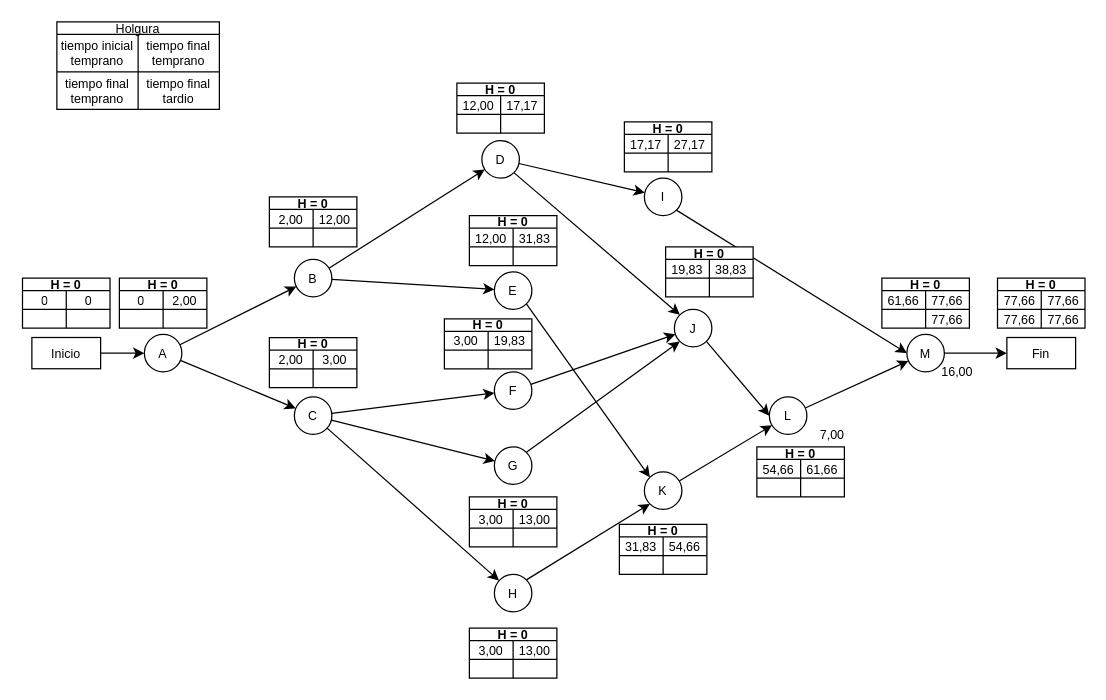
This is Untitled Diagram.drawio from DemianPugliese/DemianPugliese, a draw.io file, before an edit. Source tidied: cells renumbered, new cells numbered last; positions are measured from the earlier drawing's top-left corner, leaving out a move shared by most shapes. Both pictures are drawn from the tidied source at 125%, with x=0, y=0 at pixel (21, 21).
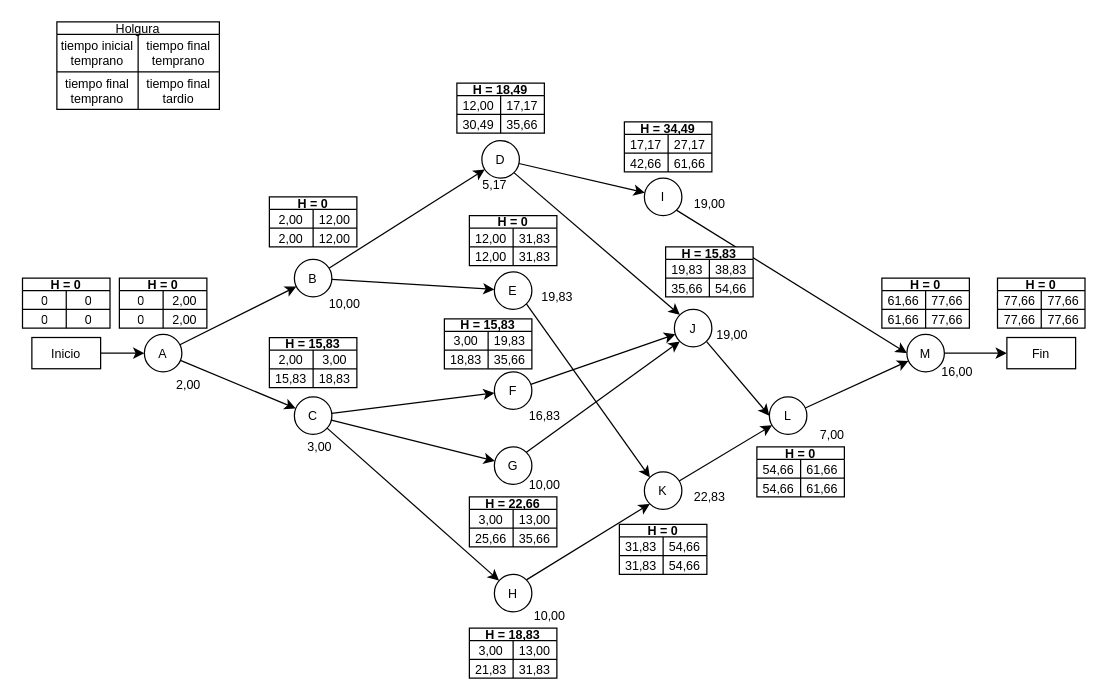
After the change.

Unchanged cells that the change refers to:
```xml
<mxCell id="37" style="shape=tableRow;horizontal=0;startSize=0;swimlaneHead=0;swimlaneBody=0;top=0;left=0;bottom=0;right=0;fillColor=none;fontSize=10;" parent="33" vertex="1">
  <mxGeometry y="25" width="70" height="15" as="geometry" />
</mxCell>
<mxCell id="44" style="shape=tableRow;horizontal=0;startSize=0;swimlaneHead=0;swimlaneBody=0;top=0;left=0;bottom=0;right=0;fillColor=none;fontSize=10;" parent="40" vertex="1">
  <mxGeometry y="25" width="70" height="15" as="geometry" />
</mxCell>
<mxCell id="51" style="shape=tableRow;horizontal=0;startSize=0;swimlaneHead=0;swimlaneBody=0;top=0;left=0;bottom=0;right=0;fillColor=none;fontSize=10;" parent="47" vertex="1">
  <mxGeometry y="25" width="70" height="15" as="geometry" />
</mxCell>
<mxCell id="58" style="shape=tableRow;horizontal=0;startSize=0;swimlaneHead=0;swimlaneBody=0;top=0;left=0;bottom=0;right=0;fillColor=none;fontSize=10;" parent="54" vertex="1">
  <mxGeometry y="25" width="70" height="15" as="geometry" />
</mxCell>
<mxCell id="65" style="shape=tableRow;horizontal=0;startSize=0;swimlaneHead=0;swimlaneBody=0;top=0;left=0;bottom=0;right=0;fillColor=none;fontSize=10;" parent="61" vertex="1">
  <mxGeometry y="25" width="70" height="15" as="geometry" />
</mxCell>
<mxCell id="72" style="shape=tableRow;horizontal=0;startSize=0;swimlaneHead=0;swimlaneBody=0;top=0;left=0;bottom=0;right=0;fillColor=none;fontSize=10;" parent="68" vertex="1">
  <mxGeometry y="25" width="70" height="15" as="geometry" />
</mxCell>
<mxCell id="79" style="shape=tableRow;horizontal=0;startSize=0;swimlaneHead=0;swimlaneBody=0;top=0;left=0;bottom=0;right=0;fillColor=none;fontSize=10;" parent="75" vertex="1">
  <mxGeometry y="25" width="70" height="15" as="geometry" />
</mxCell>
<mxCell id="86" style="shape=tableRow;horizontal=0;startSize=0;swimlaneHead=0;swimlaneBody=0;top=0;left=0;bottom=0;right=0;fillColor=none;fontSize=10;" parent="82" vertex="1">
  <mxGeometry y="25" width="70" height="15" as="geometry" />
</mxCell>
<mxCell id="93" style="shape=tableRow;horizontal=0;startSize=0;swimlaneHead=0;swimlaneBody=0;top=0;left=0;bottom=0;right=0;fillColor=none;fontSize=10;" parent="89" vertex="1">
  <mxGeometry y="25" width="70" height="15" as="geometry" />
</mxCell>
<mxCell id="100" style="shape=tableRow;horizontal=0;startSize=0;swimlaneHead=0;swimlaneBody=0;top=0;left=0;bottom=0;right=0;fillColor=none;fontSize=10;" parent="96" vertex="1">
  <mxGeometry y="25" width="70" height="15" as="geometry" />
</mxCell>
<mxCell id="107" style="shape=tableRow;horizontal=0;startSize=0;swimlaneHead=0;swimlaneBody=0;top=0;left=0;bottom=0;right=0;fillColor=none;fontSize=10;" parent="103" vertex="1">
  <mxGeometry y="25" width="70" height="15" as="geometry" />
</mxCell>
<mxCell id="114" style="shape=tableRow;horizontal=0;startSize=0;swimlaneHead=0;swimlaneBody=0;top=0;left=0;bottom=0;right=0;fillColor=none;fontSize=10;" parent="110" vertex="1">
  <mxGeometry y="25" width="70" height="15" as="geometry" />
</mxCell>
<mxCell id="121" style="shape=tableRow;horizontal=0;startSize=0;swimlaneHead=0;swimlaneBody=0;top=0;left=0;bottom=0;right=0;fillColor=none;fontSize=10;" parent="117" vertex="1">
  <mxGeometry y="25" width="70" height="15" as="geometry" />
</mxCell>
<mxCell id="130" style="shape=tableRow;horizontal=0;startSize=0;swimlaneHead=0;swimlaneBody=0;top=0;left=0;bottom=0;right=0;fillColor=none;fontSize=10;" parent="126" vertex="1">
  <mxGeometry y="25" width="70" height="15" as="geometry" />
</mxCell>
```

Change to the diagram source:
```diff
@@
-    <mxCell id="38" style="shape=partialRectangle;html=1;whiteSpace=wrap;fillColor=none;top=0;left=0;bottom=0;right=0;overflow=hidden;fontSize=10;" parent="37" vertex="1">
+    <mxCell id="38" value="0" style="shape=partialRectangle;html=1;whiteSpace=wrap;fillColor=none;top=0;left=0;bottom=0;right=0;overflow=hidden;fontSize=10;" parent="37" vertex="1">
       <mxGeometry width="35" height="15" as="geometry" />
     </mxCell>
-    <mxCell id="39" style="shape=partialRectangle;html=1;whiteSpace=wrap;fillColor=none;top=0;left=0;bottom=0;right=0;overflow=hidden;fontSize=10;" parent="37" vertex="1">
+    <mxCell id="39" value="0" style="shape=partialRectangle;html=1;whiteSpace=wrap;fillColor=none;top=0;left=0;bottom=0;right=0;overflow=hidden;fontSize=10;" parent="37" vertex="1">
       <mxGeometry x="35" width="35" height="15" as="geometry" />
     </mxCell>
@@
-    <mxCell id="45" style="shape=partialRectangle;html=1;whiteSpace=wrap;fillColor=none;top=0;left=0;bottom=0;right=0;overflow=hidden;fontSize=10;" parent="44" vertex="1">
+    <mxCell id="45" value="2,00" style="shape=partialRectangle;html=1;whiteSpace=wrap;fillColor=none;top=0;left=0;bottom=0;right=0;overflow=hidden;fontSize=10;" parent="44" vertex="1">
       <mxGeometry width="35" height="15" as="geometry" />
     </mxCell>
-    <mxCell id="46" style="shape=partialRectangle;html=1;whiteSpace=wrap;fillColor=none;top=0;left=0;bottom=0;right=0;overflow=hidden;fontSize=10;" parent="44" vertex="1">
+    <mxCell id="46" value="12,00" style="shape=partialRectangle;html=1;whiteSpace=wrap;fillColor=none;top=0;left=0;bottom=0;right=0;overflow=hidden;fontSize=10;" parent="44" vertex="1">
       <mxGeometry x="35" width="35" height="15" as="geometry" />
     </mxCell>
-    <mxCell id="47" value="H = 0" style="shape=table;startSize=10;childLayout=tableLayout;fontStyle=1;align=center;fontSize=10;" parent="1" vertex="1">
+    <mxCell id="47" value="H = 15,83" style="shape=table;startSize=10;childLayout=tableLayout;fontStyle=1;align=center;fontSize=10;" parent="1" vertex="1">
       <mxGeometry x="198" y="252.5" width="70" height="40" as="geometry" />
     </mxCell>
@@
-    <mxCell id="52" style="shape=partialRectangle;html=1;whiteSpace=wrap;fillColor=none;top=0;left=0;bottom=0;right=0;overflow=hidden;fontSize=10;" parent="51" vertex="1">
+    <mxCell id="52" value="15,83" style="shape=partialRectangle;html=1;whiteSpace=wrap;fillColor=none;top=0;left=0;bottom=0;right=0;overflow=hidden;fontSize=10;" parent="51" vertex="1">
       <mxGeometry width="35" height="15" as="geometry" />
     </mxCell>
-    <mxCell id="53" style="shape=partialRectangle;html=1;whiteSpace=wrap;fillColor=none;top=0;left=0;bottom=0;right=0;overflow=hidden;fontSize=10;" parent="51" vertex="1">
+    <mxCell id="53" value="18,83" style="shape=partialRectangle;html=1;whiteSpace=wrap;fillColor=none;top=0;left=0;bottom=0;right=0;overflow=hidden;fontSize=10;" parent="51" vertex="1">
       <mxGeometry x="35" width="35" height="15" as="geometry" />
     </mxCell>
-    <mxCell id="54" value="H = 0" style="shape=table;startSize=10;childLayout=tableLayout;fontStyle=1;align=center;fontSize=10;" parent="1" vertex="1">
+    <mxCell id="54" value="H = 18,83" style="shape=table;startSize=10;childLayout=tableLayout;fontStyle=1;align=center;fontSize=10;" parent="1" vertex="1">
       <mxGeometry x="358" y="485" width="70" height="40" as="geometry" />
     </mxCell>
@@
-    <mxCell id="59" style="shape=partialRectangle;html=1;whiteSpace=wrap;fillColor=none;top=0;left=0;bottom=0;right=0;overflow=hidden;fontSize=10;" parent="58" vertex="1">
+    <mxCell id="59" value="21,83" style="shape=partialRectangle;html=1;whiteSpace=wrap;fillColor=none;top=0;left=0;bottom=0;right=0;overflow=hidden;fontSize=10;" parent="58" vertex="1">
       <mxGeometry width="35" height="15" as="geometry" />
     </mxCell>
-    <mxCell id="60" style="shape=partialRectangle;html=1;whiteSpace=wrap;fillColor=none;top=0;left=0;bottom=0;right=0;overflow=hidden;fontSize=10;" parent="58" vertex="1">
+    <mxCell id="60" value="31,83" style="shape=partialRectangle;html=1;whiteSpace=wrap;fillColor=none;top=0;left=0;bottom=0;right=0;overflow=hidden;fontSize=10;" parent="58" vertex="1">
       <mxGeometry x="35" width="35" height="15" as="geometry" />
     </mxCell>
-    <mxCell id="61" value="H = 0" style="shape=table;startSize=10;childLayout=tableLayout;fontStyle=1;align=center;fontSize=10;" parent="1" vertex="1">
+    <mxCell id="61" value="H = 22,66" style="shape=table;startSize=10;childLayout=tableLayout;fontStyle=1;align=center;fontSize=10;" parent="1" vertex="1">
       <mxGeometry x="358" y="380" width="70" height="40" as="geometry" />
     </mxCell>
@@
-    <mxCell id="66" style="shape=partialRectangle;html=1;whiteSpace=wrap;fillColor=none;top=0;left=0;bottom=0;right=0;overflow=hidden;fontSize=10;" parent="65" vertex="1">
+    <mxCell id="66" value="25,66" style="shape=partialRectangle;html=1;whiteSpace=wrap;fillColor=none;top=0;left=0;bottom=0;right=0;overflow=hidden;fontSize=10;" parent="65" vertex="1">
       <mxGeometry width="35" height="15" as="geometry" />
     </mxCell>
-    <mxCell id="67" style="shape=partialRectangle;html=1;whiteSpace=wrap;fillColor=none;top=0;left=0;bottom=0;right=0;overflow=hidden;fontSize=10;" parent="65" vertex="1">
+    <mxCell id="67" value="35,66" style="shape=partialRectangle;html=1;whiteSpace=wrap;fillColor=none;top=0;left=0;bottom=0;right=0;overflow=hidden;fontSize=10;" parent="65" vertex="1">
       <mxGeometry x="35" width="35" height="15" as="geometry" />
     </mxCell>
-    <mxCell id="68" value="H = 0" style="shape=table;startSize=10;childLayout=tableLayout;fontStyle=1;align=center;fontSize=10;" parent="1" vertex="1">
+    <mxCell id="68" value="H = 15,83" style="shape=table;startSize=10;childLayout=tableLayout;fontStyle=1;align=center;fontSize=10;" parent="1" vertex="1">
       <mxGeometry x="338" y="237.5" width="70" height="40" as="geometry" />
     </mxCell>
@@
-    <mxCell id="73" style="shape=partialRectangle;html=1;whiteSpace=wrap;fillColor=none;top=0;left=0;bottom=0;right=0;overflow=hidden;fontSize=10;" parent="72" vertex="1">
+    <mxCell id="73" value="18,83" style="shape=partialRectangle;html=1;whiteSpace=wrap;fillColor=none;top=0;left=0;bottom=0;right=0;overflow=hidden;fontSize=10;" parent="72" vertex="1">
       <mxGeometry width="35" height="15" as="geometry" />
     </mxCell>
-    <mxCell id="74" style="shape=partialRectangle;html=1;whiteSpace=wrap;fillColor=none;top=0;left=0;bottom=0;right=0;overflow=hidden;fontSize=10;" parent="72" vertex="1">
+    <mxCell id="74" value="35,66" style="shape=partialRectangle;html=1;whiteSpace=wrap;fillColor=none;top=0;left=0;bottom=0;right=0;overflow=hidden;fontSize=10;" parent="72" vertex="1">
       <mxGeometry x="35" width="35" height="15" as="geometry" />
     </mxCell>
-    <mxCell id="75" value="H = 0" style="shape=table;startSize=10;childLayout=tableLayout;fontStyle=1;align=center;fontSize=10;" parent="1" vertex="1">
+    <mxCell id="75" value="H = 18,49" style="shape=table;startSize=10;childLayout=tableLayout;fontStyle=1;align=center;fontSize=10;" parent="1" vertex="1">
       <mxGeometry x="348" y="49" width="70" height="40" as="geometry" />
     </mxCell>
@@
-    <mxCell id="80" style="shape=partialRectangle;html=1;whiteSpace=wrap;fillColor=none;top=0;left=0;bottom=0;right=0;overflow=hidden;fontSize=10;" parent="79" vertex="1">
+    <mxCell id="80" value="30,49" style="shape=partialRectangle;html=1;whiteSpace=wrap;fillColor=none;top=0;left=0;bottom=0;right=0;overflow=hidden;fontSize=10;" parent="79" vertex="1">
       <mxGeometry width="35" height="15" as="geometry" />
     </mxCell>
-    <mxCell id="81" style="shape=partialRectangle;html=1;whiteSpace=wrap;fillColor=none;top=0;left=0;bottom=0;right=0;overflow=hidden;fontSize=10;" parent="79" vertex="1">
+    <mxCell id="81" value="35,66" style="shape=partialRectangle;html=1;whiteSpace=wrap;fillColor=none;top=0;left=0;bottom=0;right=0;overflow=hidden;fontSize=10;" parent="79" vertex="1">
       <mxGeometry x="35" width="35" height="15" as="geometry" />
     </mxCell>
@@
-    <mxCell id="87" style="shape=partialRectangle;html=1;whiteSpace=wrap;fillColor=none;top=0;left=0;bottom=0;right=0;overflow=hidden;fontSize=10;" parent="86" vertex="1">
+    <mxCell id="87" value="12,00" style="shape=partialRectangle;html=1;whiteSpace=wrap;fillColor=none;top=0;left=0;bottom=0;right=0;overflow=hidden;fontSize=10;" parent="86" vertex="1">
       <mxGeometry width="35" height="15" as="geometry" />
     </mxCell>
-    <mxCell id="88" style="shape=partialRectangle;html=1;whiteSpace=wrap;fillColor=none;top=0;left=0;bottom=0;right=0;overflow=hidden;fontSize=10;" parent="86" vertex="1">
+    <mxCell id="88" value="31,83" style="shape=partialRectangle;html=1;whiteSpace=wrap;fillColor=none;top=0;left=0;bottom=0;right=0;overflow=hidden;fontSize=10;" parent="86" vertex="1">
       <mxGeometry x="35" width="35" height="15" as="geometry" />
     </mxCell>
-    <mxCell id="89" value="H = 0" style="shape=table;startSize=10;childLayout=tableLayout;fontStyle=1;align=center;fontSize=10;" parent="1" vertex="1">
+    <mxCell id="89" value="H = 34,49" style="shape=table;startSize=10;childLayout=tableLayout;fontStyle=1;align=center;fontSize=10;" parent="1" vertex="1">
       <mxGeometry x="482" y="80" width="70" height="40" as="geometry" />
     </mxCell>
@@
-    <mxCell id="94" style="shape=partialRectangle;html=1;whiteSpace=wrap;fillColor=none;top=0;left=0;bottom=0;right=0;overflow=hidden;fontSize=10;" parent="93" vertex="1">
+    <mxCell id="94" value="42,66" style="shape=partialRectangle;html=1;whiteSpace=wrap;fillColor=none;top=0;left=0;bottom=0;right=0;overflow=hidden;fontSize=10;" parent="93" vertex="1">
       <mxGeometry width="35" height="15" as="geometry" />
     </mxCell>
-    <mxCell id="95" style="shape=partialRectangle;html=1;whiteSpace=wrap;fillColor=none;top=0;left=0;bottom=0;right=0;overflow=hidden;fontSize=10;" parent="93" vertex="1">
+    <mxCell id="95" value="61,66" style="shape=partialRectangle;html=1;whiteSpace=wrap;fillColor=none;top=0;left=0;bottom=0;right=0;overflow=hidden;fontSize=10;" parent="93" vertex="1">
       <mxGeometry x="35" width="35" height="15" as="geometry" />
     </mxCell>
-    <mxCell id="96" value="H = 0" style="shape=table;startSize=10;childLayout=tableLayout;fontStyle=1;align=center;fontSize=10;" parent="1" vertex="1">
+    <mxCell id="96" value="H = 15,83" style="shape=table;startSize=10;childLayout=tableLayout;fontStyle=1;align=center;fontSize=10;" parent="1" vertex="1">
       <mxGeometry x="515" y="180" width="70" height="40" as="geometry" />
     </mxCell>
@@
-    <mxCell id="101" style="shape=partialRectangle;html=1;whiteSpace=wrap;fillColor=none;top=0;left=0;bottom=0;right=0;overflow=hidden;fontSize=10;" parent="100" vertex="1">
+    <mxCell id="101" value="35,66" style="shape=partialRectangle;html=1;whiteSpace=wrap;fillColor=none;top=0;left=0;bottom=0;right=0;overflow=hidden;fontSize=10;" parent="100" vertex="1">
       <mxGeometry width="35" height="15" as="geometry" />
     </mxCell>
-    <mxCell id="102" style="shape=partialRectangle;html=1;whiteSpace=wrap;fillColor=none;top=0;left=0;bottom=0;right=0;overflow=hidden;fontSize=10;" parent="100" vertex="1">
+    <mxCell id="102" value="54,66" style="shape=partialRectangle;html=1;whiteSpace=wrap;fillColor=none;top=0;left=0;bottom=0;right=0;overflow=hidden;fontSize=10;" parent="100" vertex="1">
       <mxGeometry x="35" width="35" height="15" as="geometry" />
     </mxCell>
@@
-    <mxCell id="108" style="shape=partialRectangle;html=1;whiteSpace=wrap;fillColor=none;top=0;left=0;bottom=0;right=0;overflow=hidden;fontSize=10;" parent="107" vertex="1">
+    <mxCell id="108" value="31,83" style="shape=partialRectangle;html=1;whiteSpace=wrap;fillColor=none;top=0;left=0;bottom=0;right=0;overflow=hidden;fontSize=10;" parent="107" vertex="1">
       <mxGeometry width="35" height="15" as="geometry" />
     </mxCell>
-    <mxCell id="109" style="shape=partialRectangle;html=1;whiteSpace=wrap;fillColor=none;top=0;left=0;bottom=0;right=0;overflow=hidden;fontSize=10;" parent="107" vertex="1">
+    <mxCell id="109" value="54,66" style="shape=partialRectangle;html=1;whiteSpace=wrap;fillColor=none;top=0;left=0;bottom=0;right=0;overflow=hidden;fontSize=10;" parent="107" vertex="1">
       <mxGeometry x="35" width="35" height="15" as="geometry" />
     </mxCell>
@@
-    <mxCell id="115" style="shape=partialRectangle;html=1;whiteSpace=wrap;fillColor=none;top=0;left=0;bottom=0;right=0;overflow=hidden;fontSize=10;" parent="114" vertex="1">
+    <mxCell id="115" value="54,66" style="shape=partialRectangle;html=1;whiteSpace=wrap;fillColor=none;top=0;left=0;bottom=0;right=0;overflow=hidden;fontSize=10;" parent="114" vertex="1">
       <mxGeometry width="35" height="15" as="geometry" />
     </mxCell>
-    <mxCell id="116" style="shape=partialRectangle;html=1;whiteSpace=wrap;fillColor=none;top=0;left=0;bottom=0;right=0;overflow=hidden;fontSize=10;" parent="114" vertex="1">
+    <mxCell id="116" value="61,66" style="shape=partialRectangle;html=1;whiteSpace=wrap;fillColor=none;top=0;left=0;bottom=0;right=0;overflow=hidden;fontSize=10;" parent="114" vertex="1">
       <mxGeometry x="35" width="35" height="15" as="geometry" />
     </mxCell>
@@
-    <mxCell id="122" style="shape=partialRectangle;html=1;whiteSpace=wrap;fillColor=none;top=0;left=0;bottom=0;right=0;overflow=hidden;fontSize=10;" parent="121" vertex="1">
+    <mxCell id="122" value="61,66" style="shape=partialRectangle;html=1;whiteSpace=wrap;fillColor=none;top=0;left=0;bottom=0;right=0;overflow=hidden;fontSize=10;" parent="121" vertex="1">
       <mxGeometry width="35" height="15" as="geometry" />
     </mxCell>
@@
-    <mxCell id="131" style="shape=partialRectangle;html=1;whiteSpace=wrap;fillColor=none;top=0;left=0;bottom=0;right=0;overflow=hidden;fontSize=10;" parent="130" vertex="1">
+    <mxCell id="131" value="0" style="shape=partialRectangle;html=1;whiteSpace=wrap;fillColor=none;top=0;left=0;bottom=0;right=0;overflow=hidden;fontSize=10;" parent="130" vertex="1">
       <mxGeometry width="35" height="15" as="geometry" />
     </mxCell>
-    <mxCell id="132" style="shape=partialRectangle;html=1;whiteSpace=wrap;fillColor=none;top=0;left=0;bottom=0;right=0;overflow=hidden;fontSize=10;" parent="130" vertex="1">
+    <mxCell id="132" value="2,00" style="shape=partialRectangle;html=1;whiteSpace=wrap;fillColor=none;top=0;left=0;bottom=0;right=0;overflow=hidden;fontSize=10;" parent="130" vertex="1">
       <mxGeometry x="35" width="35" height="15" as="geometry" />
     </mxCell>
@@
+    <mxCell id="150" value="2,00" style="text;html=1;align=center;verticalAlign=middle;strokeColor=none;fillColor=none;fontSize=10;" parent="1" vertex="1">
+      <mxGeometry x="118" y="280" width="30" height="20" as="geometry" />
+    </mxCell>
+    <mxCell id="151" value="10,00" style="text;html=1;align=center;verticalAlign=middle;strokeColor=none;fillColor=none;fontSize=10;" parent="1" vertex="1">
+      <mxGeometry x="238" y="215" width="40" height="20" as="geometry" />
+    </mxCell>
+    <mxCell id="152" value="3,00" style="text;html=1;align=center;verticalAlign=middle;strokeColor=none;fillColor=none;fontSize=10;" parent="1" vertex="1">
+      <mxGeometry x="223" y="330" width="30" height="20" as="geometry" />
+    </mxCell>
+    <mxCell id="153" value="5,17" style="text;html=1;align=center;verticalAlign=middle;strokeColor=none;fillColor=none;fontSize=10;" parent="1" vertex="1">
+      <mxGeometry x="363" y="120" width="30" height="20" as="geometry" />
+    </mxCell>
+    <mxCell id="154" value="19,83" style="text;html=1;align=center;verticalAlign=middle;strokeColor=none;fillColor=none;fontSize=10;" parent="1" vertex="1">
+      <mxGeometry x="408" y="210" width="40" height="20" as="geometry" />
+    </mxCell>
+    <mxCell id="155" value="16,83" style="text;html=1;align=center;verticalAlign=middle;strokeColor=none;fillColor=none;fontSize=10;" parent="1" vertex="1">
+      <mxGeometry x="398" y="305" width="40" height="20" as="geometry" />
+    </mxCell>
+    <mxCell id="156" value="10,00" style="text;html=1;align=center;verticalAlign=middle;strokeColor=none;fillColor=none;fontSize=10;" parent="1" vertex="1">
+      <mxGeometry x="398" y="360" width="40" height="20" as="geometry" />
+    </mxCell>
+    <mxCell id="157" value="10,00" style="text;html=1;align=center;verticalAlign=middle;strokeColor=none;fillColor=none;fontSize=10;" parent="1" vertex="1">
+      <mxGeometry x="402" y="465" width="40" height="20" as="geometry" />
+    </mxCell>
+    <mxCell id="158" value="19,00" style="text;html=1;align=center;verticalAlign=middle;strokeColor=none;fillColor=none;fontSize=10;" parent="1" vertex="1">
+      <mxGeometry x="530" y="135" width="40" height="20" as="geometry" />
+    </mxCell>
+    <mxCell id="159" value="19,00" style="text;html=1;align=center;verticalAlign=middle;strokeColor=none;fillColor=none;fontSize=10;" parent="1" vertex="1">
+      <mxGeometry x="548" y="240" width="40" height="20" as="geometry" />
+    </mxCell>
+    <mxCell id="160" value="22,83" style="text;html=1;align=center;verticalAlign=middle;strokeColor=none;fillColor=none;fontSize=10;" parent="1" vertex="1">
+      <mxGeometry x="530" y="370" width="40" height="20" as="geometry" />
+    </mxCell>
```
